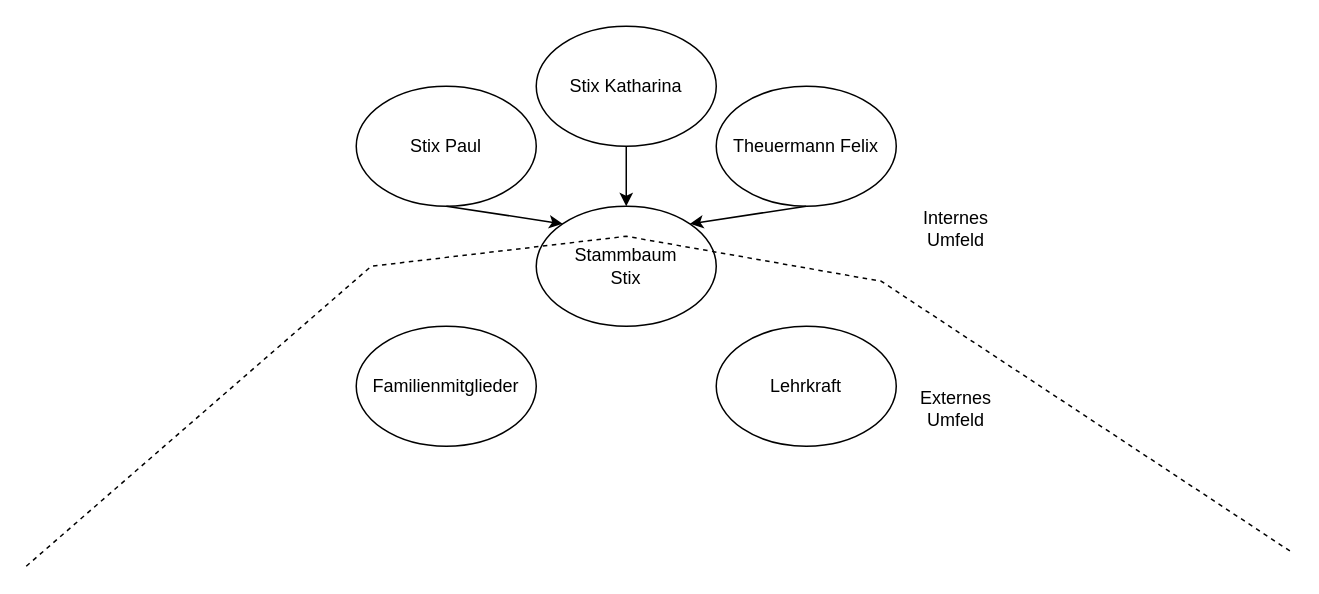
FelixTheuermann/DrawioRepository keeps this draw.io diagram as Projektumfeldanalyse.drawio. Above is the earlier version. Source tidied: cells renumbered, new cells numbered last; positions are measured from the earlier drawing's top-left corner, leaving out a move shared by most shapes. Both pictures are drawn from the tidied source at 150%, with x=0, y=0 at pixel (26, 26).
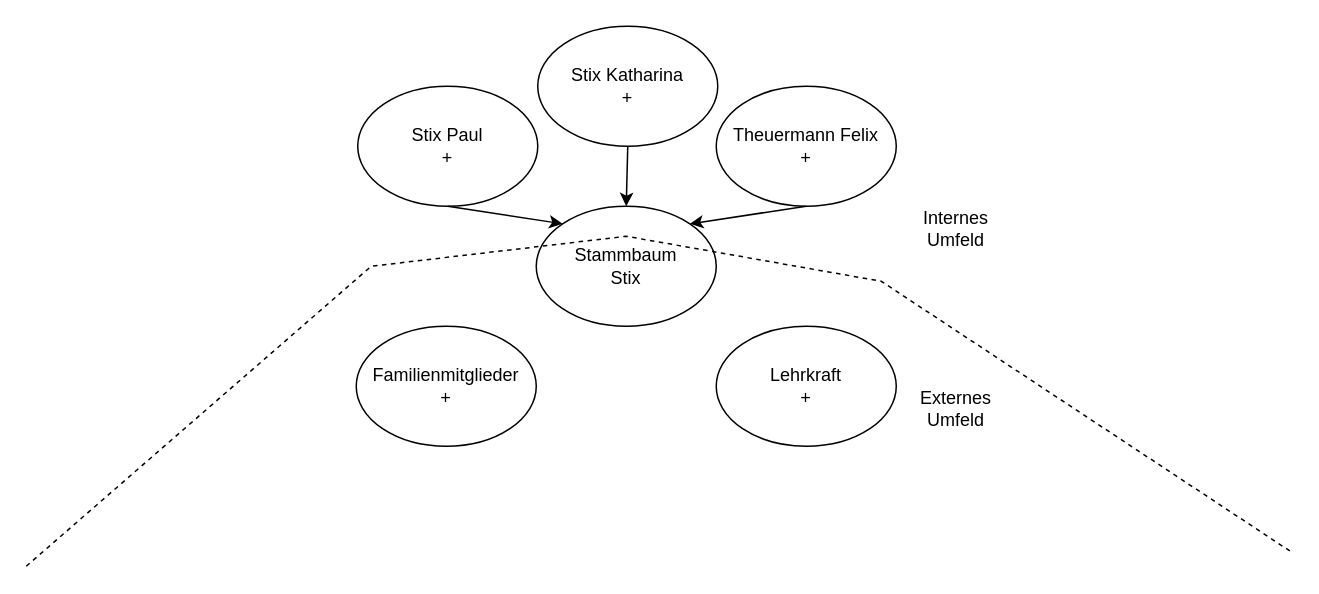
Above is the later version.

Diff of the diagram source:
```diff
@@
 <mxGraphModel>
   <root>
     <mxCell id="0" />
     <mxCell id="1" parent="0" />
     <mxCell id="2" value="Stammbaum&lt;div&gt;Stix&lt;/div&gt;" style="ellipse;whiteSpace=wrap;html=1;" parent="1" vertex="1">
       <mxGeometry x="340" y="120" width="120" height="80" as="geometry" />
     </mxCell>
-    <mxCell id="3" value="Stix Katharina" style="ellipse;whiteSpace=wrap;html=1;" parent="1" vertex="1">
-      <mxGeometry x="340" width="120" height="80" as="geometry" />
+    <mxCell id="3" value="Stix Katharina&lt;div&gt;+&lt;/div&gt;" style="ellipse;whiteSpace=wrap;html=1;" parent="1" vertex="1">
+      <mxGeometry x="341" width="120" height="80" as="geometry" />
     </mxCell>
-    <mxCell id="4" value="Stix Paul" style="ellipse;whiteSpace=wrap;html=1;" parent="1" vertex="1">
-      <mxGeometry x="220" y="40" width="120" height="80" as="geometry" />
+    <mxCell id="4" value="Stix Paul&lt;div&gt;+&lt;/div&gt;" style="ellipse;whiteSpace=wrap;html=1;" parent="1" vertex="1">
+      <mxGeometry x="221" y="40" width="120" height="80" as="geometry" />
     </mxCell>
-    <mxCell id="5" value="Theuermann Felix" style="ellipse;whiteSpace=wrap;html=1;" parent="1" vertex="1">
+    <mxCell id="5" value="Theuermann Felix&lt;div&gt;+&lt;/div&gt;" style="ellipse;whiteSpace=wrap;html=1;" parent="1" vertex="1">
       <mxGeometry x="460" y="40" width="120" height="80" as="geometry" />
     </mxCell>
     <mxCell id="6" style="endArrow=classic;html=1;rounded=0;exitX=0.5;exitY=1;exitDx=0;exitDy=0;entryX=0.5;entryY=0;entryDx=0;entryDy=0;" parent="1" edge="1" source="3" target="2">
       <mxGeometry relative="1" as="geometry" />
     </mxCell>
     <mxCell id="7" style="endArrow=classic;html=1;rounded=0;exitX=0.5;exitY=1;exitDx=0;exitDy=0;entryX=0;entryY=0;entryDx=0;entryDy=0;" parent="1" edge="1" source="4" target="2">
       <mxGeometry relative="1" as="geometry" />
     </mxCell>
     <mxCell id="8" style="endArrow=classic;html=1;rounded=0;exitX=0.5;exitY=1;exitDx=0;exitDy=0;entryX=1;entryY=0;entryDx=0;entryDy=0;" parent="1" edge="1" source="5" target="2">
       <mxGeometry relative="1" as="geometry" />
     </mxCell>
     <mxCell id="9" style="endArrow=none;dashed=1;html=1;rounded=0;" parent="1" edge="1">
       <mxGeometry relative="1" as="geometry">
         <mxPoint y="360" as="sourcePoint" />
         <mxPoint x="842.7" y="350" as="targetPoint" />
         <Array as="points">
           <mxPoint x="230" y="160" />
           <mxPoint x="400" y="140" />
           <mxPoint x="570" y="170" />
         </Array>
       </mxGeometry>
     </mxCell>
-    <mxCell id="10" value="Familienmitglieder" style="ellipse;whiteSpace=wrap;html=1;" parent="1" vertex="1">
+    <mxCell id="10" value="Familienmitglieder&lt;div&gt;+&lt;/div&gt;" style="ellipse;whiteSpace=wrap;html=1;" parent="1" vertex="1">
       <mxGeometry x="220" y="200" width="120" height="80" as="geometry" />
     </mxCell>
-    <mxCell id="11" value="Lehrkraft" style="ellipse;whiteSpace=wrap;html=1;" parent="1" vertex="1">
+    <mxCell id="11" value="Lehrkraft&lt;div&gt;+&lt;/div&gt;" style="ellipse;whiteSpace=wrap;html=1;" parent="1" vertex="1">
       <mxGeometry x="460" y="200" width="120" height="80" as="geometry" />
     </mxCell>
     <mxCell id="12" value="Internes Umfeld" style="text;html=1;align=center;verticalAlign=middle;whiteSpace=wrap;rounded=0;" parent="1" vertex="1">
       <mxGeometry x="590" y="120" width="60" height="30" as="geometry" />
     </mxCell>
     <mxCell id="13" value="Externes Umfeld" style="text;html=1;align=center;verticalAlign=middle;whiteSpace=wrap;rounded=0;" parent="1" vertex="1">
       <mxGeometry x="590" y="240" width="60" height="30" as="geometry" />
     </mxCell>
   </root>
 </mxGraphModel>
```
